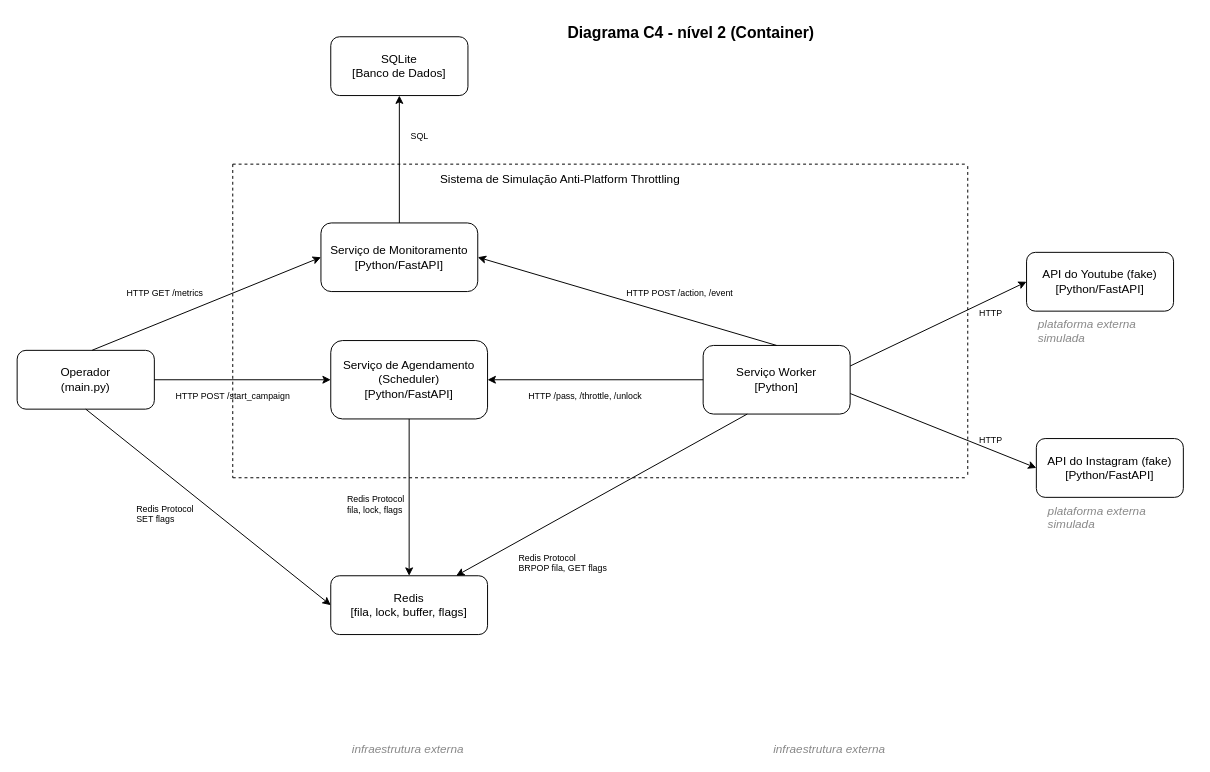
Before: docs/c4-level-2-container.drawio in eliane-silva/Projeto-ESD, a draw.io diagram. Source tidied: cells renumbered, new cells numbered last; positions are measured from the earlier drawing's top-left corner, leaving out a move shared by most shapes. Both pictures are drawn from the tidied source at 98%, with x=0, y=0 at pixel (17, 17).
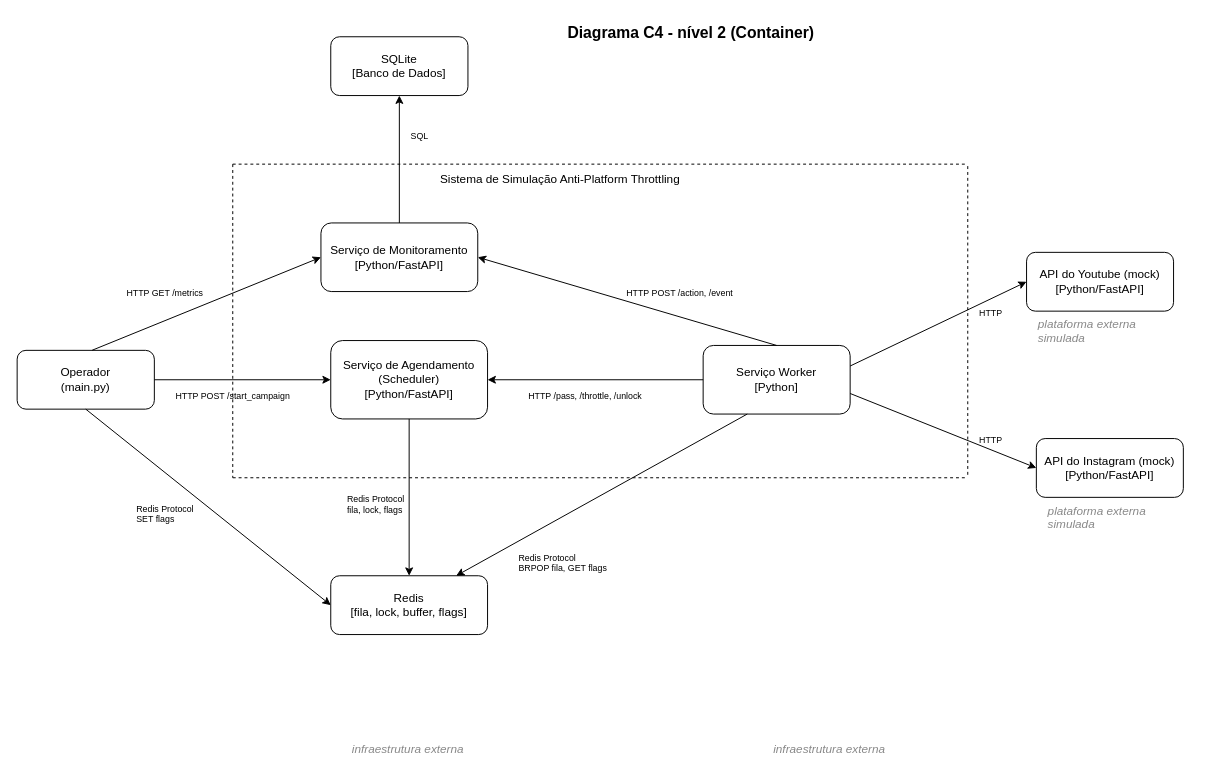
After the change.

Commit message (it also covers changes not shown here):
Troca de "fake" por "mock".

The edit, as a diff of the source:
```diff
@@
-    <mxCell id="13" value="API do Youtube (fake)&lt;br&gt;[Python/FastAPI]" style="rounded=1;whiteSpace=wrap;html=1;" parent="1" vertex="1">
+    <mxCell id="13" value="API do Youtube (mock)&lt;br&gt;[Python/FastAPI]" style="rounded=1;whiteSpace=wrap;html=1;" parent="1" vertex="1">
       <mxGeometry x="1030" y="240" width="150" height="60" as="geometry" />
     </mxCell>
@@
-    <mxCell id="15" value="API do Instagram (fake)&lt;br&gt;[Python/FastAPI]" style="rounded=1;whiteSpace=wrap;html=1;" parent="1" vertex="1">
+    <mxCell id="15" value="API do Instagram (mock)&lt;br&gt;[Python/FastAPI]" style="rounded=1;whiteSpace=wrap;html=1;" parent="1" vertex="1">
       <mxGeometry x="1040" y="430" width="150" height="60" as="geometry" />
     </mxCell>
```
